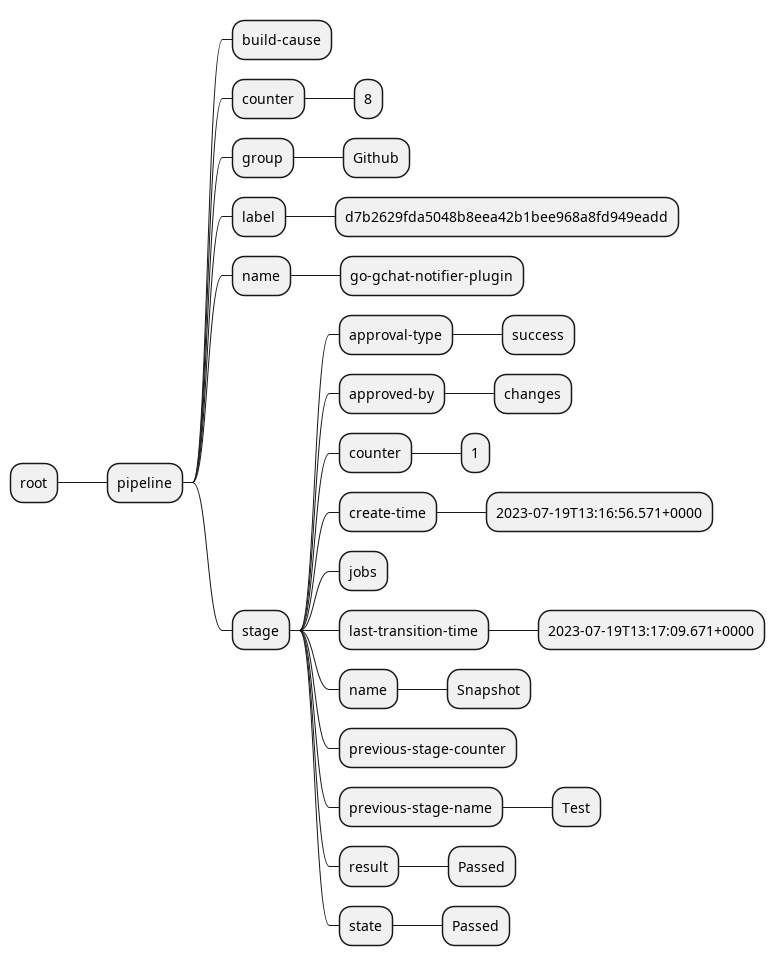
Before: img/stageStatus.png, a diagram exported from PlantUML (1and1/go-gchat-notifier-plugin). Its diagram source:
```plantuml
@startmindmap
* root
** pipeline
*** build-cause
*** counter
**** 8
*** group
**** Github
*** label
**** d7b2629fda5048b8eea42b1bee968a8fd949eadd
*** name
**** go-gchat-notifier-plugin
*** stage
**** approval-type
***** success
**** approved-by
***** changes
**** counter
***** 1
**** create-time
***** 2023-07-19T13:16:56.571+0000
**** jobs
**** last-transition-time
***** 2023-07-19T13:17:09.671+0000
**** name
***** Snapshot
**** previous-stage-counter
**** previous-stage-name
***** Test
**** result
***** Passed
**** state
***** Passed

@endmindmap
```
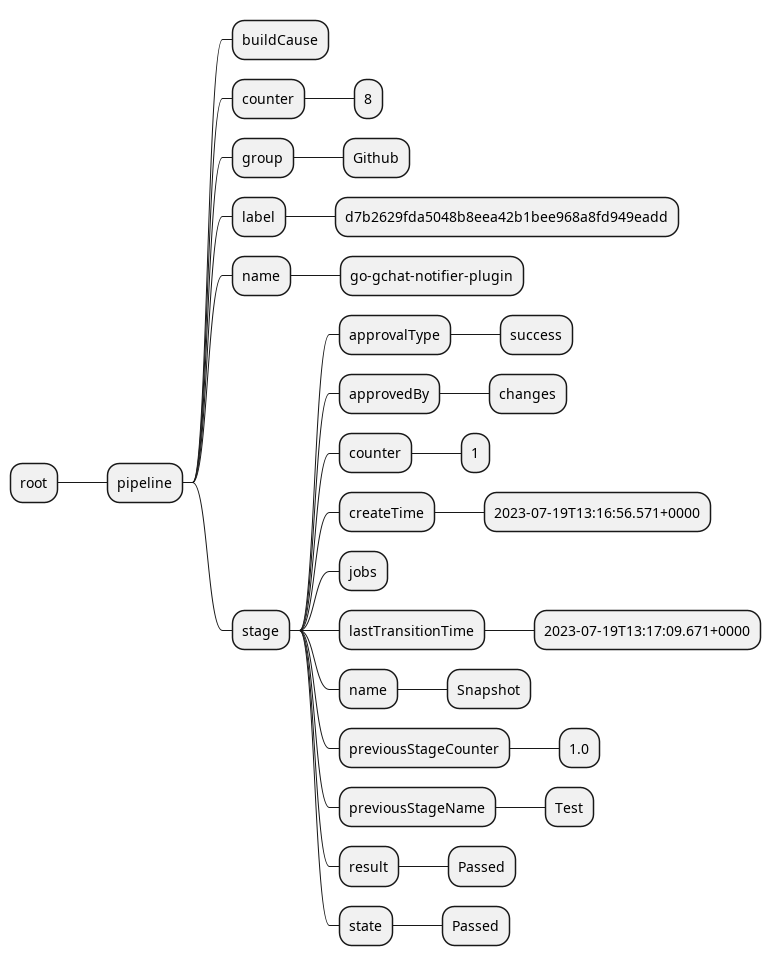
The same file after the commit.

Commit message:
Fix for #16 using replacements for each @SerializedName

The edit, as a diff of the source:
```diff
@@ -1,7 +1,7 @@
 @startmindmap
 * root
 ** pipeline
-*** build-cause
+*** buildCause
 *** counter
 **** 8
 *** group
@@ -11,21 +11,22 @@
 *** name
 **** go-gchat-notifier-plugin
 *** stage
-**** approval-type
+**** approvalType
 ***** success
-**** approved-by
+**** approvedBy
 ***** changes
 **** counter
 ***** 1
-**** create-time
+**** createTime
 ***** 2023-07-19T13:16:56.571+0000
 **** jobs
-**** last-transition-time
+**** lastTransitionTime
 ***** 2023-07-19T13:17:09.671+0000
 **** name
 ***** Snapshot
-**** previous-stage-counter
-**** previous-stage-name
+**** previousStageCounter
+***** 1.0
+**** previousStageName
 ***** Test
 **** result
 ***** Passed
```
